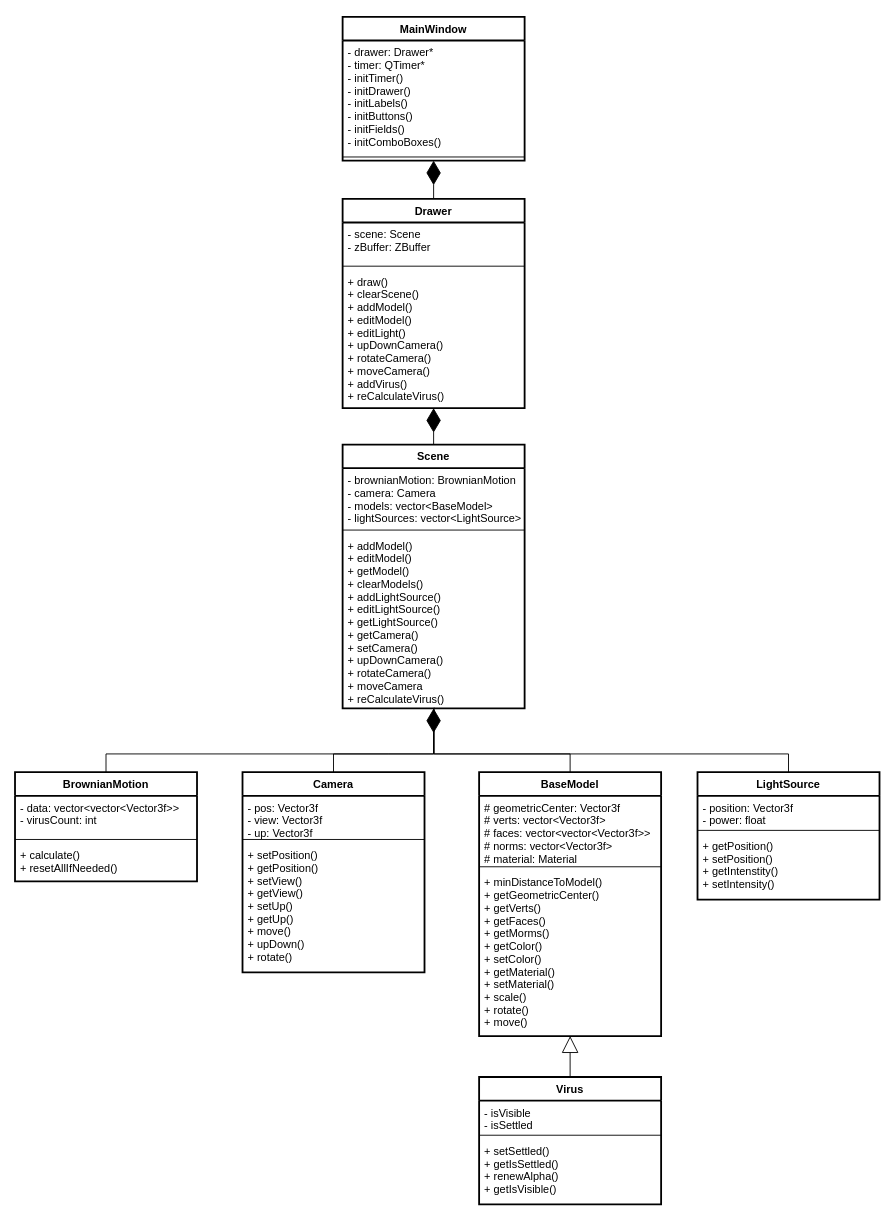
Above: page "classes" (4 of 5) of Итог/Курсач.drawio in tatarinova0903/bmstu_cg_course (draw.io), before the change. Source tidied: cells renumbered, new cells numbered last; positions are measured from the earlier drawing's top-left corner, leaving out a move shared by most shapes. Both pictures are drawn from the tidied source at 91%, with x=0, y=0 at pixel (15, 16).
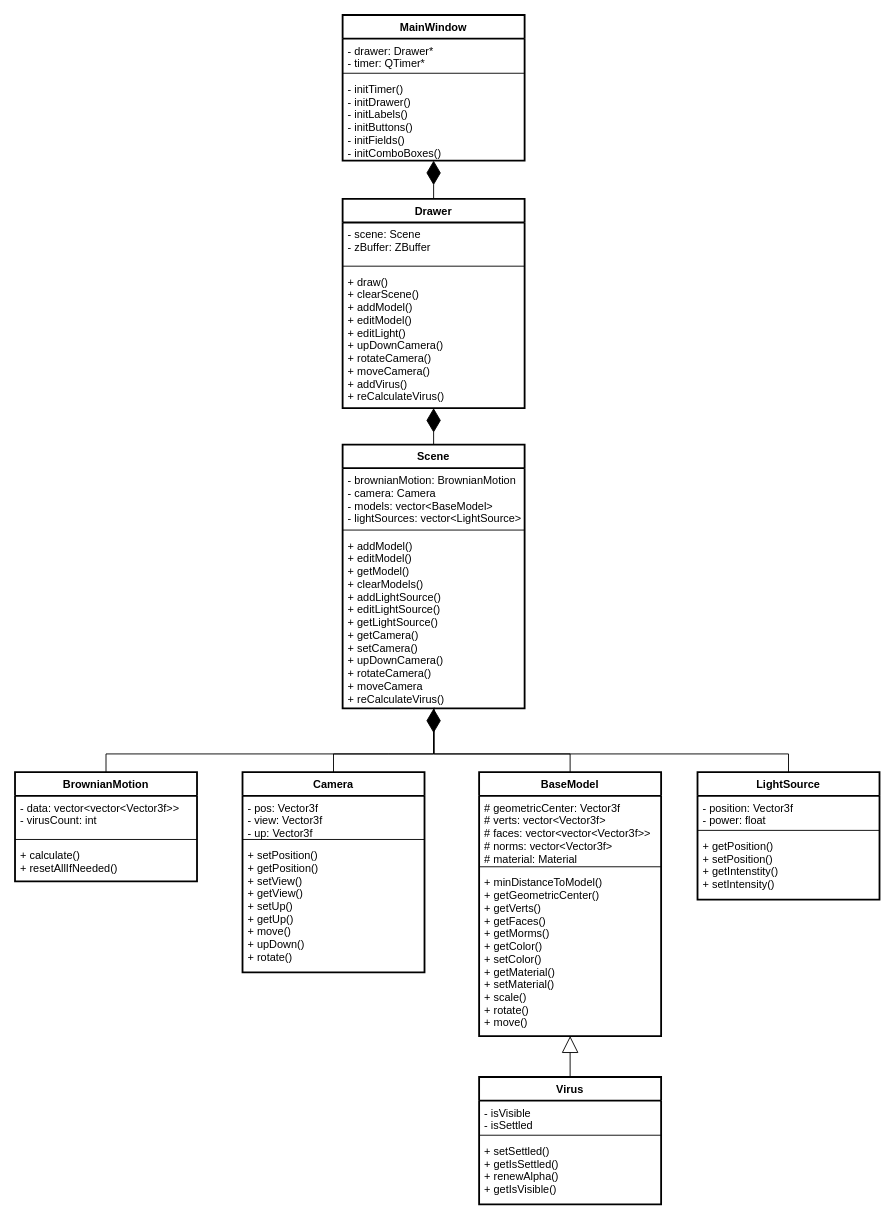
The same page after the edit.

Unchanged cells that the change refers to:
```xml
<mxCell id="5" value="Drawer" style="swimlane;fontStyle=1;align=center;verticalAlign=top;horizontal=1;startSize=26;strokeWidth=2;" parent="1" vertex="1">
  <mxGeometry x="360" y="200" width="200" height="230" as="geometry" />
</mxCell>
```

The edit, as a diff of the source:
```diff
@@
-    <mxCell id="2" value="MainWindow" style="swimlane;fontStyle=1;align=center;verticalAlign=top;horizontal=1;startSize=26;strokeWidth=2;" parent="1" vertex="1">
-      <mxGeometry x="360" width="200" height="158" as="geometry" />
-    </mxCell>
-    <mxCell id="3" value="- drawer: Drawer*&#10;- timer: QTimer*&#10;- initTimer()&#10;- initDrawer()&#10;- initLabels()&#10;- initButtons()&#10;- initFields()&#10;- initComboBoxes()" style="text;strokeColor=none;fillColor=none;align=left;verticalAlign=top;spacingLeft=4;spacingRight=4;overflow=hidden;strokeWidth=2;" parent="2" vertex="1">
-      <mxGeometry y="26" width="200" height="124" as="geometry" />
-    </mxCell>
-    <mxCell id="4" style="line;strokeWidth=1;fillColor=none;align=left;verticalAlign=middle;spacingTop=-1;spacingLeft=3;spacingRight=3;labelPosition=right;strokeColor=inherit;" parent="2" vertex="1">
-      <mxGeometry y="150" width="200" height="8" as="geometry" />
-    </mxCell>
@@
-    <mxCell id="9" style="endArrow=diamondThin;endFill=1;endSize=24;html=1;rounded=0;entryX=0.5;entryY=1;entryDx=0;entryDy=0;exitX=0.5;exitY=0;exitDx=0;exitDy=0;" parent="1" edge="1" source="5" target="2">
-      <mxGeometry relative="1" as="geometry" />
+    <mxCell id="9" style="endArrow=diamondThin;endFill=1;endSize=24;html=1;rounded=0;entryX=0.5;entryY=1;entryDx=0;entryDy=0;exitX=0.5;exitY=0;exitDx=0;exitDy=0;" parent="1" edge="1" source="5">
+      <mxGeometry relative="1" as="geometry">
+        <mxPoint x="460" y="158" as="targetPoint" />
+      </mxGeometry>
     </mxCell>
@@
+    <mxCell id="2" value="MainWindow" style="swimlane;fontStyle=1;align=center;verticalAlign=top;horizontal=1;startSize=26;strokeWidth=2;" parent="1" vertex="1">
+      <mxGeometry x="360" y="-2" width="200" height="160" as="geometry" />
+    </mxCell>
+    <mxCell id="40" value="- drawer: Drawer*&#10;- timer: QTimer*" style="text;strokeColor=none;fillColor=none;align=left;verticalAlign=top;spacingLeft=4;spacingRight=4;overflow=hidden;" parent="2" vertex="1">
+      <mxGeometry y="26" width="200" height="34" as="geometry" />
+    </mxCell>
+    <mxCell id="41" style="line;strokeWidth=1;fillColor=none;align=left;verticalAlign=middle;spacingTop=-1;spacingLeft=3;spacingRight=3;labelPosition=right;strokeColor=inherit;" parent="2" vertex="1">
+      <mxGeometry y="60" width="200" height="8" as="geometry" />
+    </mxCell>
+    <mxCell id="42" value="- initTimer()&#10;- initDrawer()&#10;- initLabels()&#10;- initButtons()&#10;- initFields()&#10;- initComboBoxes()" style="text;strokeColor=none;fillColor=none;align=left;verticalAlign=top;spacingLeft=4;spacingRight=4;overflow=hidden;" parent="2" vertex="1">
+      <mxGeometry y="68" width="200" height="92" as="geometry" />
+    </mxCell>
```
